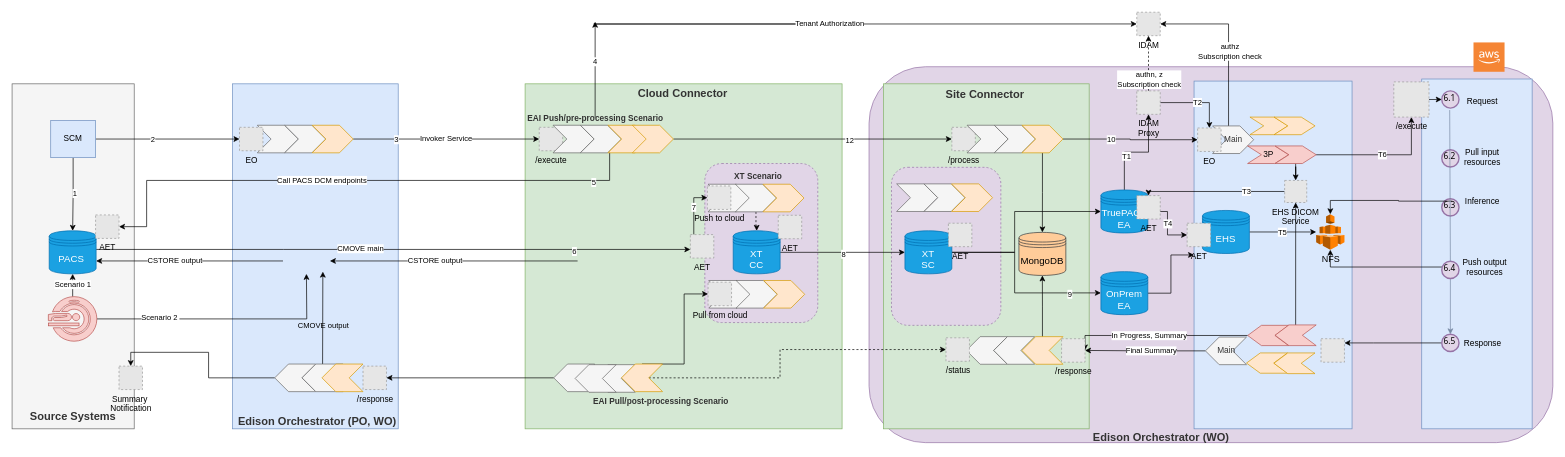
Earlier version of the draw.io diagram CloudEcosystem-Detailed.drawio (rahoolp/gediagrams). Source tidied: cells renumbered, new cells numbered last; positions are measured from the earlier drawing's top-left corner, leaving out a move shared by most shapes. Both pictures are drawn from the tidied source at 69%, with x=0, y=0 at pixel (12, 12). Pictures stored in the file or linked from it are replaced by grey dashed boxes.
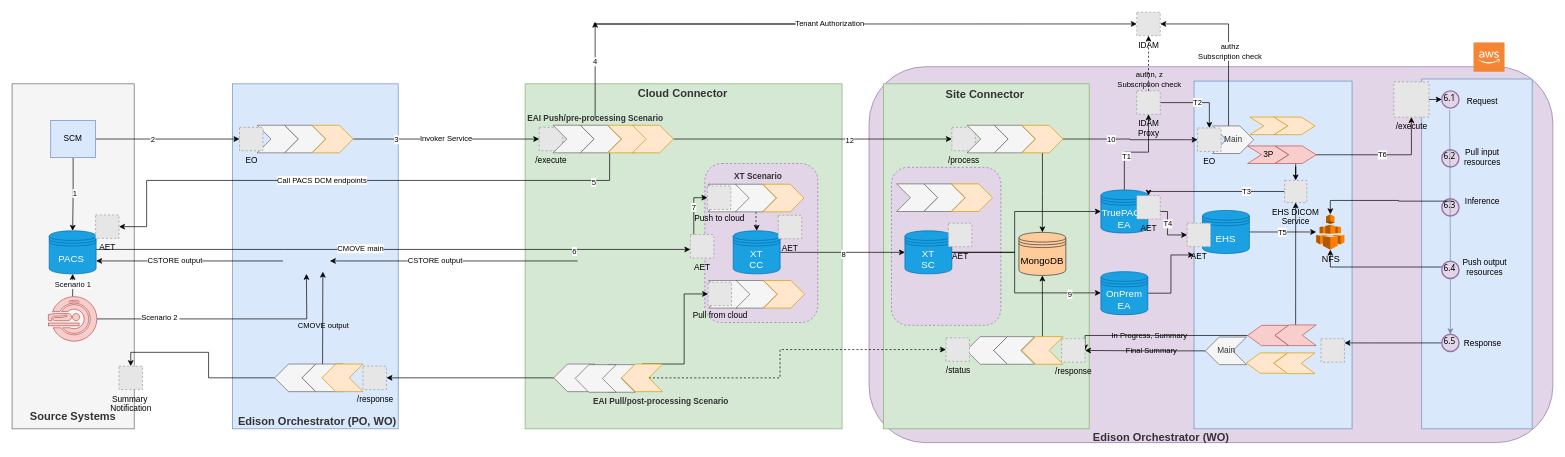
Above is the later version.

Unchanged cells that the change refers to:
```xml
<mxCell id="109" style="edgeStyle=orthogonalEdgeStyle;rounded=0;jettySize=auto;html=1;entryX=1;entryY=0.5;entryDx=0;entryDy=0;" parent="1" edge="1" source="111" target="122">
  <mxGeometry relative="1" as="geometry" />
</mxCell>
<mxCell id="113" style="edgeStyle=orthogonalEdgeStyle;rounded=0;jettySize=auto;html=1;entryX=1;entryY=0.5;entryDx=0;entryDy=0;" parent="1" edge="1" source="115" target="122">
  <mxGeometry relative="1" as="geometry">
    <Array as="points">
      <mxPoint x="1555" y="469" />
    </Array>
  </mxGeometry>
</mxCell>
<mxCell id="156" style="edgeStyle=orthogonalEdgeStyle;rounded=0;jettySize=auto;html=1;dashed=1;" parent="1" edge="1" source="159" target="160">
  <mxGeometry relative="1" as="geometry" />
</mxCell>
```

The edit, as a diff of the source:
```diff
@@
-    <mxCell id="110" value="Final Summary" style="edgeLabel;html=1;align=center;verticalAlign=middle;" parent="109" vertex="1">
+    <mxCell id="110" value="Final Summary" style="edgeLabel;html=1;align=center;verticalAlign=middle;labelBackgroundColor=none;" parent="109" vertex="1">
       <mxGeometry x="-0.1" y="-1" relative="1" as="geometry" />
     </mxCell>
@@
-    <mxCell id="114" value="In Progress, Summary" style="edgeLabel;html=1;align=center;verticalAlign=middle;" parent="113" vertex="1">
+    <mxCell id="114" value="In Progress, Summary" style="edgeLabel;html=1;align=center;verticalAlign=middle;labelBackgroundColor=none;" parent="113" vertex="1">
       <mxGeometry x="-0.19" y="-1" relative="1" as="geometry">
         <mxPoint x="-39" y="1" as="offset" />
       </mxGeometry>
     </mxCell>
@@
-    <mxCell id="157" value="authn, z&lt;br&gt;Subscription check" style="edgeLabel;html=1;align=center;verticalAlign=middle;" parent="156" vertex="1">
+    <mxCell id="157" value="authn, z&lt;br&gt;Subscription check" style="edgeLabel;html=1;align=center;verticalAlign=middle;labelBackgroundColor=none;" parent="156" vertex="1">
       <mxGeometry x="-0.19" relative="1" as="geometry">
         <mxPoint y="15" as="offset" />
       </mxGeometry>
     </mxCell>
```
